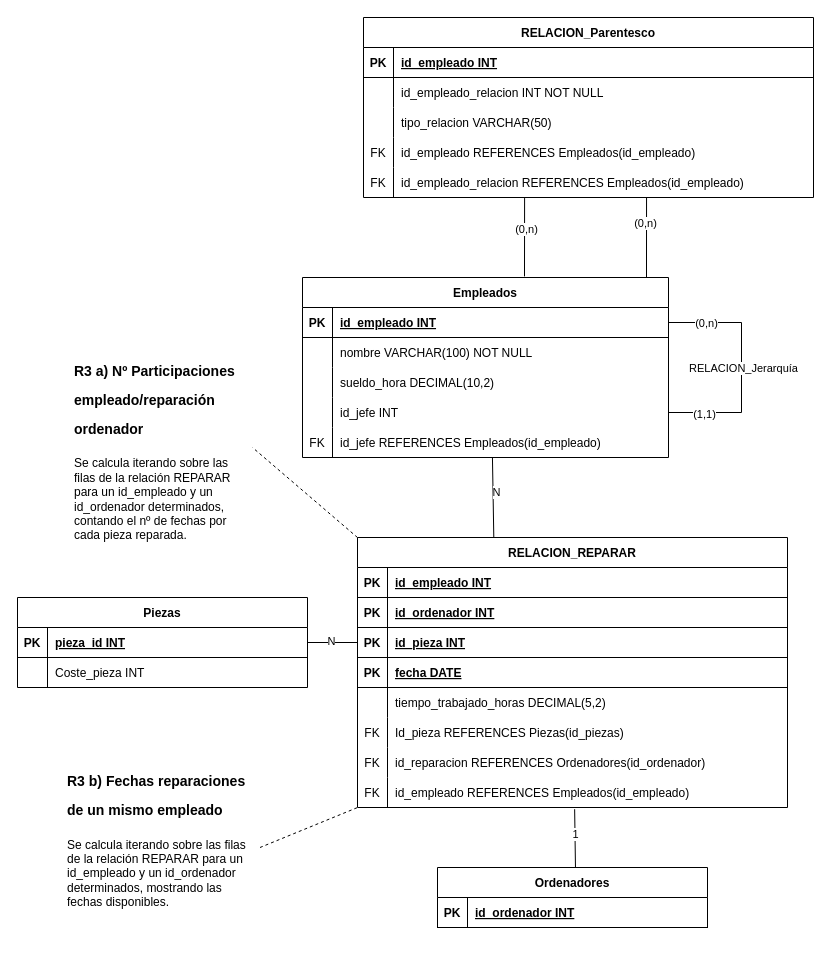
Earlier version of the draw.io diagram IngenieríaDeSoftware/P2-A3/Modelado R3.drawio (aloantony/TrabajosEnGrupoGII-DalilaTony). Source tidied: cells renumbered, new cells numbered last; positions are measured from the earlier drawing's top-left corner, leaving out a move shared by most shapes. Both pictures are drawn from the tidied source at 100%, with x=0, y=0 at pixel (17, 17).
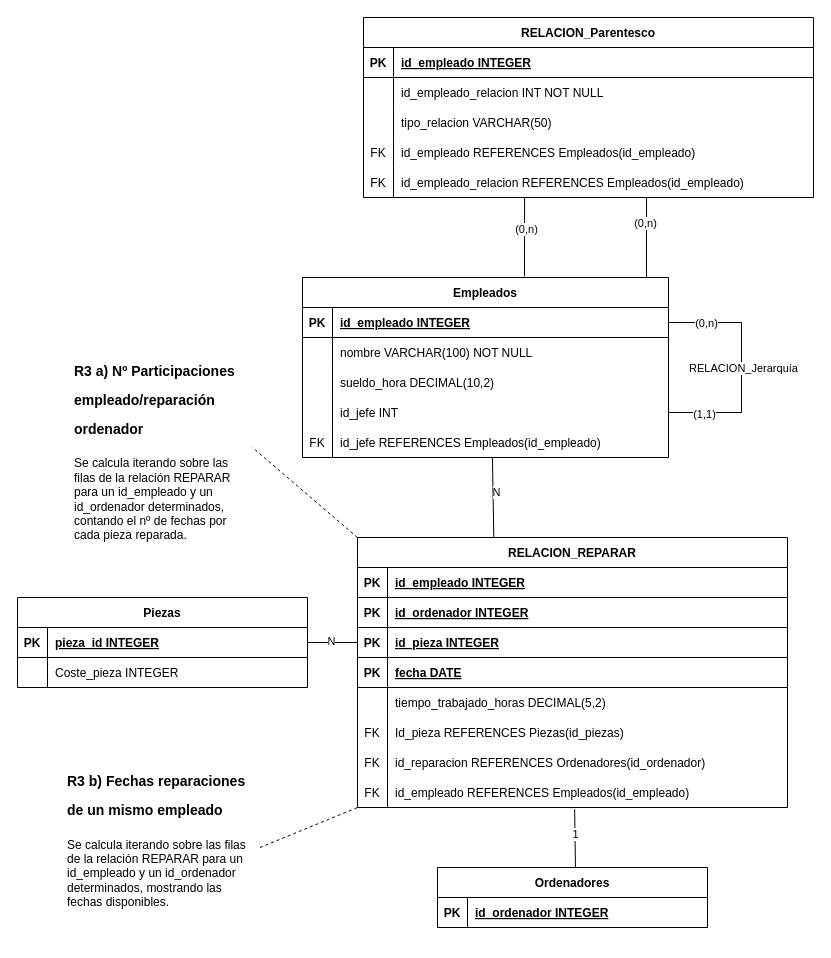
The same diagram, later.

Unchanged cells that the change refers to:
```xml
<mxCell id="3" style="shape=tableRow;horizontal=0;startSize=0;swimlaneHead=0;swimlaneBody=0;fillColor=none;points=[[0,0.5],[1,0.5]];portConstraint=eastwest;strokeColor=inherit;top=0;left=0;right=0;bottom=1;" parent="2" vertex="1">
  <mxGeometry y="30" width="366" height="30" as="geometry" />
</mxCell>
<mxCell id="23" style="shape=tableRow;horizontal=0;startSize=0;swimlaneHead=0;swimlaneBody=0;fillColor=none;strokeColor=inherit;top=0;left=0;right=0;bottom=1;" parent="22" vertex="1">
  <mxGeometry y="30" width="450" height="30" as="geometry" />
</mxCell>
<mxCell id="39" style="shape=tableRow;horizontal=0;startSize=0;swimlaneHead=0;swimlaneBody=0;fillColor=none;strokeColor=inherit;top=0;left=0;right=0;bottom=1;" parent="38" vertex="1">
  <mxGeometry y="30" width="270" height="30" as="geometry" />
</mxCell>
<mxCell id="43" style="shape=tableRow;horizontal=0;startSize=0;swimlaneHead=0;swimlaneBody=0;fillColor=none;strokeColor=inherit;top=0;left=0;right=0;bottom=1;" parent="42" vertex="1">
  <mxGeometry y="30" width="430" height="30" as="geometry" />
</mxCell>
<mxCell id="46" style="shape=tableRow;horizontal=0;startSize=0;swimlaneHead=0;swimlaneBody=0;fillColor=none;strokeColor=inherit;top=0;left=0;right=0;bottom=1;" parent="42" vertex="1">
  <mxGeometry y="60" width="430" height="30" as="geometry" />
</mxCell>
<mxCell id="49" style="shape=tableRow;horizontal=0;startSize=0;swimlaneHead=0;swimlaneBody=0;fillColor=none;points=[[0,0.5],[1,0.5]];portConstraint=eastwest;strokeColor=inherit;top=0;left=0;right=0;bottom=1;" parent="42" vertex="1">
  <mxGeometry y="90" width="430" height="30" as="geometry" />
</mxCell>
<mxCell id="76" style="shape=tableRow;horizontal=0;startSize=0;swimlaneHead=0;swimlaneBody=0;fillColor=none;points=[[0,0.5],[1,0.5]];portConstraint=eastwest;strokeColor=inherit;top=0;left=0;right=0;bottom=1;" parent="75" vertex="1">
  <mxGeometry y="30" width="290" height="30" as="geometry" />
</mxCell>
<mxCell id="79" style="shape=tableRow;horizontal=0;startSize=0;swimlaneHead=0;swimlaneBody=0;fillColor=none;strokeColor=inherit;top=0;left=0;right=0;bottom=0;" parent="75" vertex="1">
  <mxGeometry y="60" width="290" height="30" as="geometry" />
</mxCell>
```

Diff of the diagram source:
```diff
@@
-    <mxCell id="5" value="id_empleado INT" style="shape=partialRectangle;overflow=hidden;fillColor=none;align=left;strokeColor=inherit;top=0;left=0;bottom=0;right=0;spacingLeft=6;fontStyle=5;" parent="3" vertex="1">
+    <mxCell id="5" value="id_empleado INTEGER" style="shape=partialRectangle;overflow=hidden;fillColor=none;align=left;strokeColor=inherit;top=0;left=0;bottom=0;right=0;spacingLeft=6;fontStyle=5;" parent="3" vertex="1">
       <mxGeometry x="30" width="336" height="30" as="geometry" />
     </mxCell>
@@
-    <mxCell id="25" value="id_empleado INT" style="shape=partialRectangle;overflow=hidden;fillColor=none;align=left;strokeColor=inherit;top=0;left=0;bottom=0;right=0;spacingLeft=6;fontStyle=5;" parent="23" vertex="1">
+    <mxCell id="25" value="id_empleado INTEGER" style="shape=partialRectangle;overflow=hidden;fillColor=none;align=left;strokeColor=inherit;top=0;left=0;bottom=0;right=0;spacingLeft=6;fontStyle=5;" parent="23" vertex="1">
       <mxGeometry x="30" width="420" height="30" as="geometry" />
     </mxCell>
@@
-    <mxCell id="41" value="id_ordenador INT" style="shape=partialRectangle;overflow=hidden;fillColor=none;align=left;strokeColor=inherit;top=0;left=0;bottom=0;right=0;spacingLeft=6;fontStyle=5;" parent="39" vertex="1">
+    <mxCell id="41" value="id_ordenador INTEGER" style="shape=partialRectangle;overflow=hidden;fillColor=none;align=left;strokeColor=inherit;top=0;left=0;bottom=0;right=0;spacingLeft=6;fontStyle=5;" parent="39" vertex="1">
       <mxGeometry x="30" width="240" height="30" as="geometry" />
     </mxCell>
@@
-    <mxCell id="45" value="id_empleado INT" style="shape=partialRectangle;overflow=hidden;fillColor=none;align=left;strokeColor=inherit;top=0;left=0;bottom=0;right=0;spacingLeft=6;fontStyle=5;" parent="43" vertex="1">
+    <mxCell id="45" value="id_empleado INTEGER" style="shape=partialRectangle;overflow=hidden;fillColor=none;align=left;strokeColor=inherit;top=0;left=0;bottom=0;right=0;spacingLeft=6;fontStyle=5;" parent="43" vertex="1">
       <mxGeometry x="30" width="400" height="30" as="geometry" />
     </mxCell>
@@
-    <mxCell id="48" value="id_ordenador INT" style="shape=partialRectangle;overflow=hidden;fillColor=none;align=left;strokeColor=inherit;top=0;left=0;bottom=0;right=0;spacingLeft=6;fontStyle=5;" parent="46" vertex="1">
+    <mxCell id="48" value="id_ordenador INTEGER" style="shape=partialRectangle;overflow=hidden;fillColor=none;align=left;strokeColor=inherit;top=0;left=0;bottom=0;right=0;spacingLeft=6;fontStyle=5;" parent="46" vertex="1">
       <mxGeometry x="30" width="400" height="30" as="geometry" />
     </mxCell>
@@
-    <mxCell id="51" value="id_pieza INT" style="shape=partialRectangle;overflow=hidden;fillColor=none;align=left;strokeColor=inherit;top=0;left=0;bottom=0;right=0;spacingLeft=6;fontStyle=5;" parent="49" vertex="1">
+    <mxCell id="51" value="id_pieza INTEGER" style="shape=partialRectangle;overflow=hidden;fillColor=none;align=left;strokeColor=inherit;top=0;left=0;bottom=0;right=0;spacingLeft=6;fontStyle=5;" parent="49" vertex="1">
       <mxGeometry x="30" width="400" height="30" as="geometry" />
     </mxCell>
@@
-    <mxCell id="78" value="pieza_id INT" style="shape=partialRectangle;overflow=hidden;fillColor=none;align=left;strokeColor=inherit;top=0;left=0;bottom=0;right=0;spacingLeft=6;fontStyle=5;" parent="76" vertex="1">
+    <mxCell id="78" value="pieza_id INTEGER" style="shape=partialRectangle;overflow=hidden;fillColor=none;align=left;strokeColor=inherit;top=0;left=0;bottom=0;right=0;spacingLeft=6;fontStyle=5;" parent="76" vertex="1">
       <mxGeometry x="30" width="260" height="30" as="geometry" />
     </mxCell>
@@
-    <mxCell id="81" value="Coste_pieza INT" style="shape=partialRectangle;overflow=hidden;fillColor=none;align=left;strokeColor=inherit;top=0;left=0;bottom=0;right=0;spacingLeft=6;" parent="79" vertex="1">
+    <mxCell id="81" value="Coste_pieza INTEGER" style="shape=partialRectangle;overflow=hidden;fillColor=none;align=left;strokeColor=inherit;top=0;left=0;bottom=0;right=0;spacingLeft=6;" parent="79" vertex="1">
       <mxGeometry x="30" width="260" height="30" as="geometry" />
     </mxCell>
```
